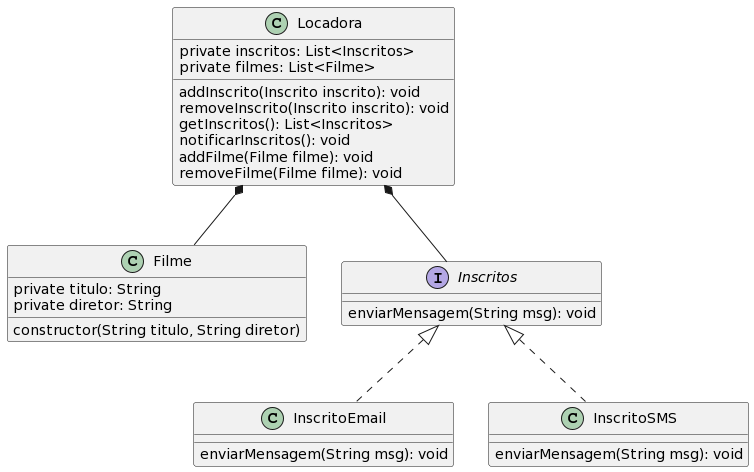
Earlier version of the PlantUML export engenharia de software 3/observer/images/observer.png (thaleskerber/bertoti). The source it was exported from:
```plantuml
@startuml
class Locadora {
  private inscritos: List<Inscritos>
  private filmes: List<Filme>

  addInscrito(Inscrito inscrito): void
  removeInscrito(Inscrito inscrito): void
  getInscritos(): List<Inscritos>
  notificarInscritos(): void
  addFilme(Filme filme): void
  removeFilme(Filme filme): void
}

class Filme {
  private titulo: String
  private diretor: String

  constructor(String titulo, String diretor)
}

interface Inscritos {
  enviarMensagem(String msg): void
}

class InscritoEmail implements Inscritos {
  enviarMensagem(String msg): void
}

class InscritoSMS implements Inscritos {
  enviarMensagem(String msg): void
}

Locadora *-- Inscritos
Locadora *-- Filme
@enduml
```
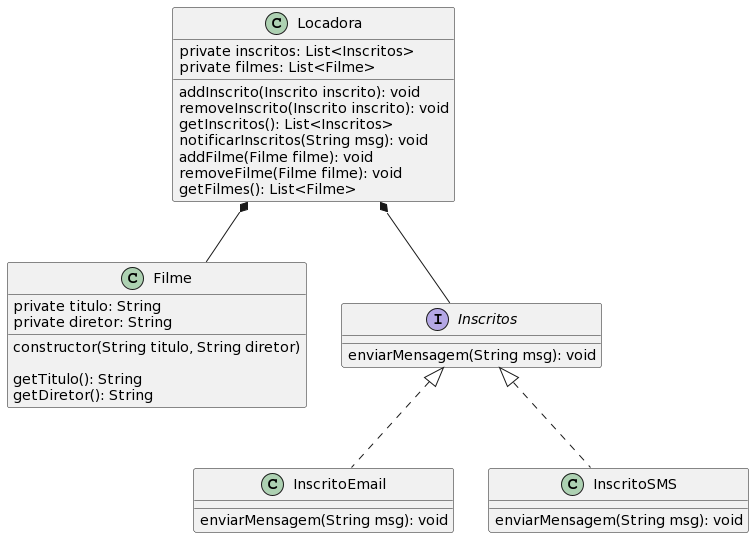
After the change.

What changed in the source:
```diff
@@ -6,9 +6,10 @@
   addInscrito(Inscrito inscrito): void
   removeInscrito(Inscrito inscrito): void
   getInscritos(): List<Inscritos>
-  notificarInscritos(): void
+  notificarInscritos(String msg): void
   addFilme(Filme filme): void
   removeFilme(Filme filme): void
+  getFilmes(): List<Filme>
 }
 
 class Filme {
@@ -16,6 +17,9 @@
   private diretor: String
 
   constructor(String titulo, String diretor)
+
+  getTitulo(): String
+  getDiretor(): String
 }
 
 interface Inscritos {
```
